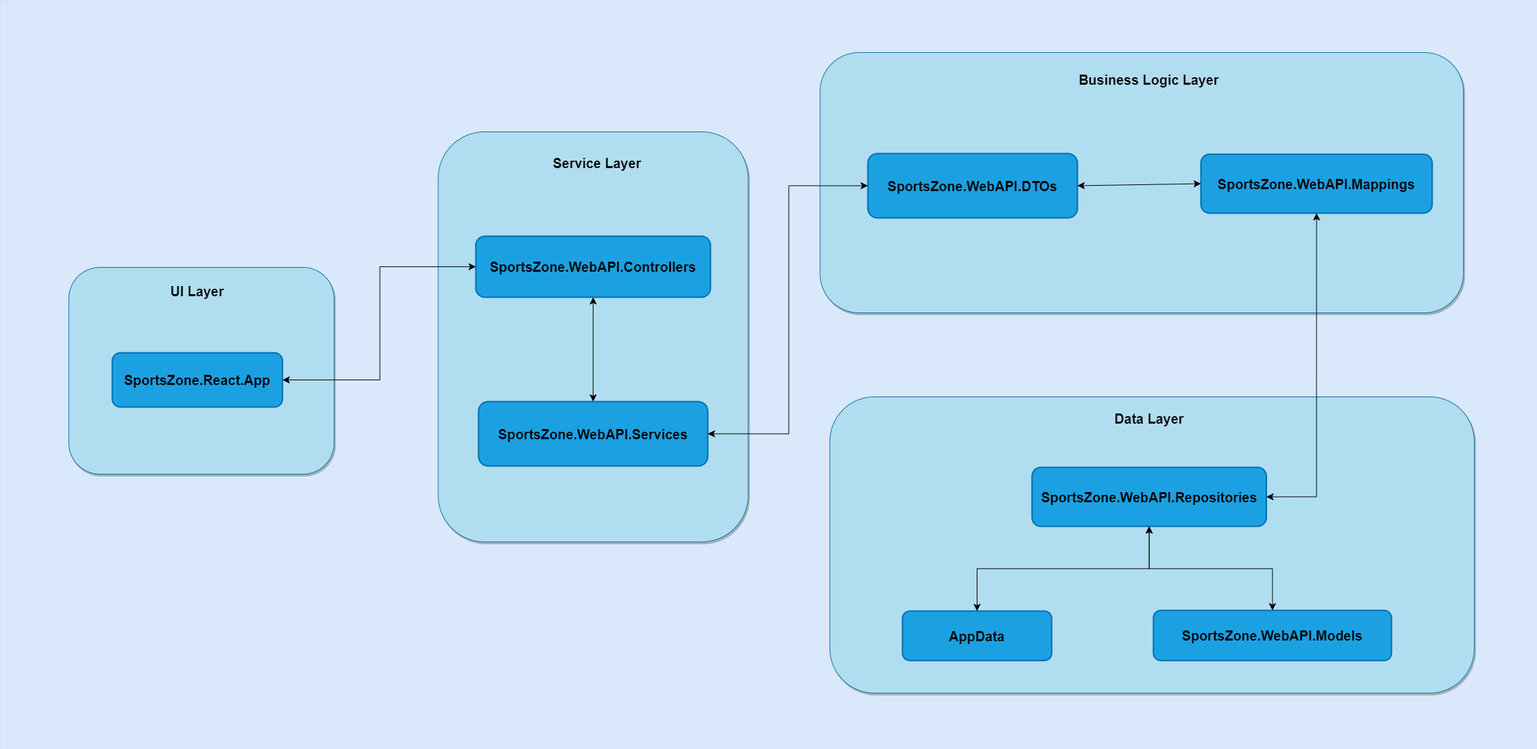
Above: SportsZone/Technical_Design_Document/ComponentLevelDesign.png in Srimani-31/MyWorkings (draw.io), before the change. Source tidied: cells renumbered, new cells last; positions are measured from the earlier drawing's top-left corner, leaving out a move shared by most shapes. The source it was exported from:
```xml
<mxGraphModel>
  <root>
    <mxCell id="0" />
    <mxCell id="1" parent="0" />
    <mxCell id="2" style="rounded=0;whiteSpace=wrap;html=1;fontSize=16;fillColor=#dae8fc;strokeColor=#6c8ebf;fontStyle=1;strokeWidth=0;" parent="1" vertex="1">
      <mxGeometry width="2266" height="1105" as="geometry" />
    </mxCell>
    <mxCell id="3" style="rounded=1;whiteSpace=wrap;html=1;fontSize=16;fontStyle=1;strokeWidth=1;shadow=1;fillColor=#b1ddf0;strokeColor=#10739e;" parent="1" vertex="1">
      <mxGeometry x="101" y="394" width="391" height="305" as="geometry" />
    </mxCell>
    <mxCell id="4" value="&lt;font style=&quot;font-size: 20px;&quot;&gt;UI Layer&lt;/font&gt;" style="text;strokeColor=none;fillColor=none;html=1;align=center;verticalAlign=middle;whiteSpace=wrap;rounded=0;fontSize=16;fontStyle=1;strokeWidth=1;fontColor=#000000;" parent="1" vertex="1">
      <mxGeometry x="248" y="414" width="85" height="30" as="geometry" />
    </mxCell>
    <mxCell id="5" style="edgeStyle=elbowEdgeStyle;rounded=0;jettySize=auto;html=1;fontSize=12;startSize=8;endSize=8;" parent="1" edge="1" source="6" target="2">
      <mxGeometry relative="1" as="geometry" />
    </mxCell>
    <mxCell id="6" value="&lt;span&gt;&lt;font style=&quot;font-size: 20px;&quot;&gt;SportsZone.React.App&lt;/font&gt;&lt;/span&gt;" style="rounded=1;whiteSpace=wrap;html=1;fontSize=16;fontStyle=1;strokeWidth=2;fillColor=#1ba1e2;fontColor=#000000;strokeColor=#006EAF;" parent="1" vertex="1">
      <mxGeometry x="165" y="520" width="251" height="80" as="geometry" />
    </mxCell>
    <mxCell id="7" style="rounded=1;whiteSpace=wrap;html=1;fontSize=16;fontStyle=1;strokeWidth=1;shadow=1;fillColor=#b1ddf0;strokeColor=#10739e;" parent="1" vertex="1">
      <mxGeometry x="645.5" y="194" width="457" height="605" as="geometry" />
    </mxCell>
    <mxCell id="8" style="rounded=1;whiteSpace=wrap;html=1;fontSize=16;fontStyle=1;strokeWidth=1;shadow=1;fillColor=#b1ddf0;strokeColor=#10739e;" parent="1" vertex="1">
      <mxGeometry x="1223" y="585" width="950" height="437" as="geometry" />
    </mxCell>
    <mxCell id="9" style="rounded=1;whiteSpace=wrap;html=1;fontSize=16;fontStyle=1;strokeWidth=1;shadow=1;fillColor=#b1ddf0;strokeColor=#10739e;" parent="1" vertex="1">
      <mxGeometry x="1208.5" y="77" width="948.5" height="384" as="geometry" />
    </mxCell>
    <mxCell id="10" value="&lt;font style=&quot;font-size: 20px;&quot;&gt;Service Layer&lt;/font&gt;" style="text;strokeColor=none;fillColor=none;html=1;align=center;verticalAlign=middle;whiteSpace=wrap;rounded=0;fontSize=16;fontStyle=1;strokeWidth=1;fontColor=#000000;" parent="1" vertex="1">
      <mxGeometry x="813.2" y="213" width="133.5" height="54" as="geometry" />
    </mxCell>
    <mxCell id="11" value="&lt;span&gt;&lt;font style=&quot;font-size: 20px;&quot;&gt;SportsZone.WebAPI.Controllers&lt;/font&gt;&lt;/span&gt;" style="rounded=1;whiteSpace=wrap;html=1;fontSize=16;fontStyle=1;strokeWidth=2;fillColor=#1ba1e2;fontColor=#000000;strokeColor=#006EAF;" parent="1" vertex="1">
      <mxGeometry x="701" y="348" width="346" height="90" as="geometry" />
    </mxCell>
    <mxCell id="12" value="&lt;span&gt;&lt;font style=&quot;font-size: 20px;&quot;&gt;SportsZone.WebAPI.Services&lt;/font&gt;&lt;/span&gt;" style="rounded=1;whiteSpace=wrap;html=1;fontSize=16;fontStyle=1;strokeWidth=2;fillColor=#1ba1e2;fontColor=#000000;strokeColor=#006EAF;" parent="1" vertex="1">
      <mxGeometry x="705" y="592" width="338" height="95" as="geometry" />
    </mxCell>
    <mxCell id="13" style="endArrow=classic;startArrow=classic;html=1;rounded=0;fontSize=12;startSize=8;endSize=8;curved=1;exitX=0.5;exitY=1;exitDx=0;exitDy=0;entryX=0.5;entryY=0;entryDx=0;entryDy=0;fontStyle=1;strokeWidth=1;" parent="1" edge="1" source="11" target="12">
      <mxGeometry relative="1" as="geometry" />
    </mxCell>
    <mxCell id="14" value="&lt;span style=&quot;font-size: 20px;&quot;&gt;Business Logic Layer&lt;/span&gt;" style="text;strokeColor=none;fillColor=none;html=1;align=center;verticalAlign=middle;whiteSpace=wrap;rounded=0;fontSize=16;fontStyle=1;strokeWidth=1;fontColor=#000000;" parent="1" vertex="1">
      <mxGeometry x="1569.1" y="86" width="249.2" height="62" as="geometry" />
    </mxCell>
    <mxCell id="15" value="&lt;font style=&quot;font-size: 20px;&quot;&gt;SportsZone.WebAPI.DTOs&lt;/font&gt;" style="rounded=1;whiteSpace=wrap;html=1;fontSize=16;fontStyle=1;strokeWidth=2;fillColor=#1ba1e2;fontColor=#000000;strokeColor=#006EAF;" parent="1" vertex="1">
      <mxGeometry x="1279" y="226" width="309" height="95" as="geometry" />
    </mxCell>
    <mxCell id="16" value="&lt;font style=&quot;font-size: 20px;&quot;&gt;SportsZone.WebAPI.Mappings&lt;/font&gt;" style="rounded=1;whiteSpace=wrap;html=1;fontSize=16;fontStyle=1;strokeWidth=2;fillColor=#1ba1e2;fontColor=#000000;strokeColor=#006EAF;" parent="1" vertex="1">
      <mxGeometry x="1770" y="227" width="341" height="87" as="geometry" />
    </mxCell>
    <mxCell id="17" value="&lt;font style=&quot;font-size: 20px;&quot;&gt;SportsZone.WebAPI.Repositories&lt;/font&gt;" style="rounded=1;whiteSpace=wrap;html=1;fontSize=16;fontStyle=1;strokeWidth=2;fillColor=#1ba1e2;fontColor=#000000;strokeColor=#006EAF;" parent="1" vertex="1">
      <mxGeometry x="1521" y="689" width="345.5" height="87" as="geometry" />
    </mxCell>
    <mxCell id="18" value="&lt;font style=&quot;font-size: 20px;&quot;&gt;SportsZone.WebAPI.Models&lt;/font&gt;" style="rounded=1;whiteSpace=wrap;html=1;fontSize=16;fontStyle=1;strokeWidth=2;fillColor=#1ba1e2;fontColor=#000000;strokeColor=#006EAF;" parent="1" vertex="1">
      <mxGeometry x="1700" y="900" width="351" height="74" as="geometry" />
    </mxCell>
    <mxCell id="19" style="text;strokeColor=none;fillColor=none;align=left;verticalAlign=middle;spacingTop=-1;spacingLeft=4;spacingRight=4;labelPosition=right;fontSize=16;fontStyle=1;strokeWidth=1;" parent="1" vertex="1">
      <mxGeometry x="1451" y="857" width="20" height="14" as="geometry" />
    </mxCell>
    <mxCell id="20" value="&lt;font style=&quot;font-size: 20px;&quot;&gt;Data Layer&lt;/font&gt;" style="text;strokeColor=none;fillColor=none;html=1;align=center;verticalAlign=middle;whiteSpace=wrap;rounded=0;fontSize=16;fontStyle=1;strokeWidth=1;fontColor=#000000;" parent="1" vertex="1">
      <mxGeometry x="1601.9" y="585" width="183.8" height="63" as="geometry" />
    </mxCell>
    <mxCell id="21" style="endArrow=classic;startArrow=classic;html=1;rounded=0;fontSize=12;startSize=8;endSize=8;edgeStyle=elbowEdgeStyle;exitX=1;exitY=0.5;exitDx=0;exitDy=0;entryX=0;entryY=0.5;entryDx=0;entryDy=0;fontStyle=1;strokeWidth=1;" parent="1" edge="1" source="12" target="15">
      <mxGeometry relative="1" as="geometry" />
    </mxCell>
    <mxCell id="22" style="endArrow=classic;startArrow=classic;html=1;rounded=0;fontSize=12;startSize=8;endSize=8;edgeStyle=orthogonalEdgeStyle;entryX=0.5;entryY=1;entryDx=0;entryDy=0;exitX=1;exitY=0.5;exitDx=0;exitDy=0;fontStyle=1;strokeWidth=1;" parent="1" edge="1" source="17" target="16">
      <mxGeometry relative="1" as="geometry" />
    </mxCell>
    <mxCell id="23" style="endArrow=classic;startArrow=classic;html=1;rounded=0;fontSize=12;startSize=8;endSize=8;curved=1;entryX=0;entryY=0.5;entryDx=0;entryDy=0;exitX=1;exitY=0.5;exitDx=0;exitDy=0;" parent="1" edge="1" source="15" target="16">
      <mxGeometry relative="1" as="geometry" />
    </mxCell>
    <mxCell id="24" style="endArrow=classic;startArrow=classic;html=1;rounded=0;fontSize=12;startSize=8;endSize=8;exitX=1;exitY=0.5;exitDx=0;exitDy=0;entryX=0;entryY=0.5;entryDx=0;entryDy=0;edgeStyle=elbowEdgeStyle;fontStyle=0;" parent="1" edge="1" source="6" target="11">
      <mxGeometry relative="1" as="geometry" />
    </mxCell>
    <mxCell id="25" style="endArrow=classic;startArrow=classic;html=1;rounded=0;fontSize=12;startSize=8;endSize=8;entryX=0.5;entryY=1;entryDx=0;entryDy=0;exitX=0.5;exitY=0;exitDx=0;exitDy=0;edgeStyle=elbowEdgeStyle;elbow=vertical;" parent="1" edge="1" source="18" target="17">
      <mxGeometry relative="1" as="geometry" />
    </mxCell>
    <mxCell id="26" value="&lt;span style=&quot;font-size: 20px;&quot;&gt;AppData&lt;/span&gt;" style="rounded=1;whiteSpace=wrap;html=1;fontSize=16;fontStyle=1;strokeWidth=2;fillColor=#1ba1e2;fontColor=#000000;strokeColor=#006EAF;" parent="1" vertex="1">
      <mxGeometry x="1330" y="901" width="220" height="73" as="geometry" />
    </mxCell>
    <mxCell id="27" style="endArrow=classic;startArrow=classic;html=1;rounded=0;fontSize=12;startSize=8;endSize=8;entryX=0.5;entryY=1;entryDx=0;entryDy=0;exitX=0.5;exitY=0;exitDx=0;exitDy=0;edgeStyle=elbowEdgeStyle;elbow=vertical;" parent="1" edge="1" source="26" target="17">
      <mxGeometry relative="1" as="geometry" />
    </mxCell>
  </root>
</mxGraphModel>
```
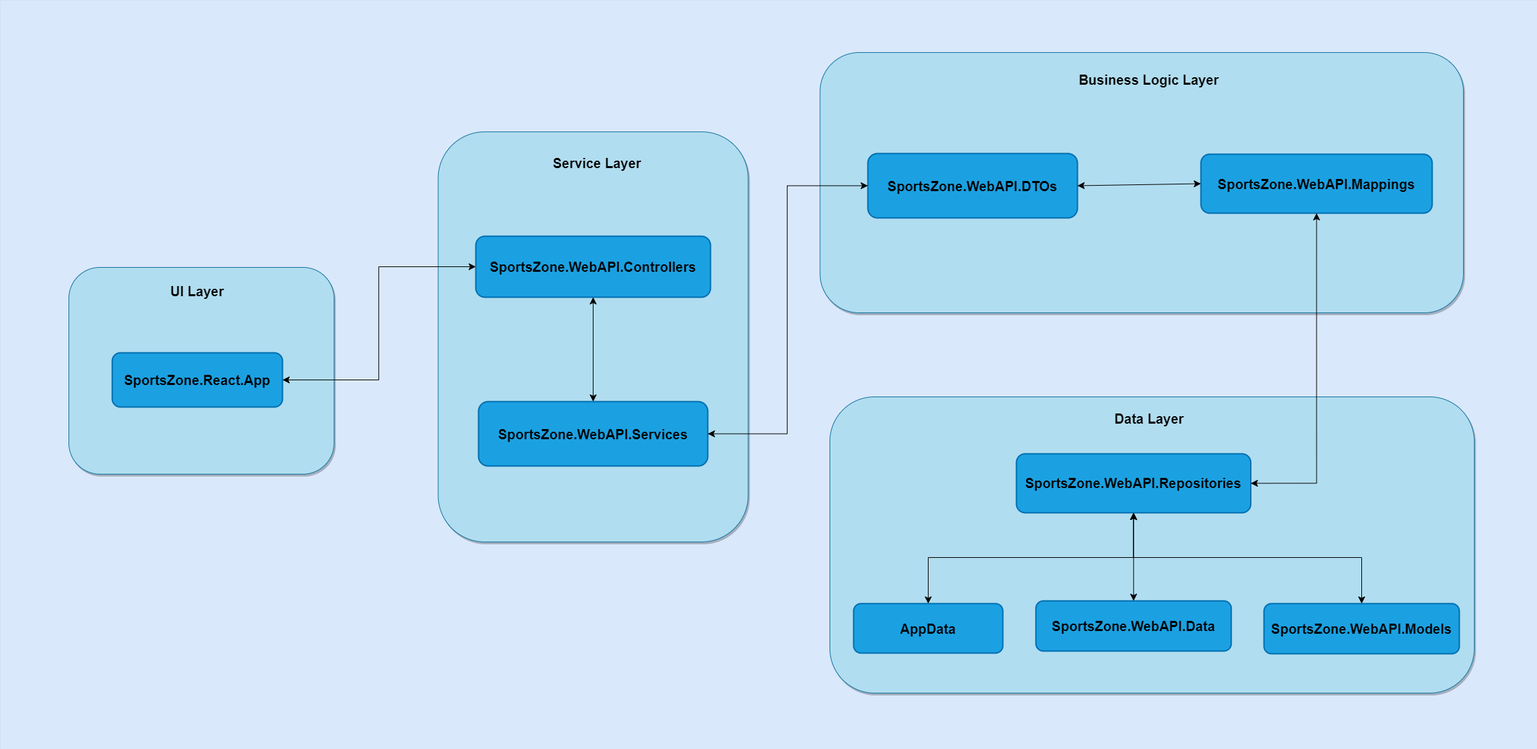
After the change.

What changed in the source:
```diff
@@ -48,10 +48,10 @@
       <mxGeometry x="1770" y="227" width="341" height="87" as="geometry" />
     </mxCell>
     <mxCell id="17" value="&lt;font style=&quot;font-size: 20px;&quot;&gt;SportsZone.WebAPI.Repositories&lt;/font&gt;" style="rounded=1;whiteSpace=wrap;html=1;fontSize=16;fontStyle=1;strokeWidth=2;fillColor=#1ba1e2;fontColor=#000000;strokeColor=#006EAF;" parent="1" vertex="1">
-      <mxGeometry x="1521" y="689" width="345.5" height="87" as="geometry" />
+      <mxGeometry x="1498" y="669" width="345.5" height="87" as="geometry" />
     </mxCell>
     <mxCell id="18" value="&lt;font style=&quot;font-size: 20px;&quot;&gt;SportsZone.WebAPI.Models&lt;/font&gt;" style="rounded=1;whiteSpace=wrap;html=1;fontSize=16;fontStyle=1;strokeWidth=2;fillColor=#1ba1e2;fontColor=#000000;strokeColor=#006EAF;" parent="1" vertex="1">
-      <mxGeometry x="1700" y="900" width="351" height="74" as="geometry" />
+      <mxGeometry x="1863" y="890" width="288" height="74" as="geometry" />
     </mxCell>
     <mxCell id="19" style="text;strokeColor=none;fillColor=none;align=left;verticalAlign=middle;spacingTop=-1;spacingLeft=4;spacingRight=4;labelPosition=right;fontSize=16;fontStyle=1;strokeWidth=1;" parent="1" vertex="1">
       <mxGeometry x="1451" y="857" width="20" height="14" as="geometry" />
@@ -75,10 +75,16 @@
       <mxGeometry relative="1" as="geometry" />
     </mxCell>
     <mxCell id="26" value="&lt;span style=&quot;font-size: 20px;&quot;&gt;AppData&lt;/span&gt;" style="rounded=1;whiteSpace=wrap;html=1;fontSize=16;fontStyle=1;strokeWidth=2;fillColor=#1ba1e2;fontColor=#000000;strokeColor=#006EAF;" parent="1" vertex="1">
-      <mxGeometry x="1330" y="901" width="220" height="73" as="geometry" />
+      <mxGeometry x="1258" y="890" width="220" height="73" as="geometry" />
     </mxCell>
     <mxCell id="27" style="endArrow=classic;startArrow=classic;html=1;rounded=0;fontSize=12;startSize=8;endSize=8;entryX=0.5;entryY=1;entryDx=0;entryDy=0;exitX=0.5;exitY=0;exitDx=0;exitDy=0;edgeStyle=elbowEdgeStyle;elbow=vertical;" parent="1" edge="1" source="26" target="17">
       <mxGeometry relative="1" as="geometry" />
     </mxCell>
+    <mxCell id="28" value="&lt;font style=&quot;font-size: 20px;&quot;&gt;SportsZone.WebAPI.Data&lt;/font&gt;" style="rounded=1;whiteSpace=wrap;html=1;fontSize=16;fontStyle=1;strokeWidth=2;fillColor=#1ba1e2;fontColor=#000000;strokeColor=#006EAF;" parent="1" vertex="1">
+      <mxGeometry x="1526.8" y="886" width="288" height="74" as="geometry" />
+    </mxCell>
+    <mxCell id="29" style="endArrow=classic;startArrow=classic;html=1;rounded=0;fontSize=12;startSize=8;endSize=8;curved=1;exitX=0.5;exitY=0;exitDx=0;exitDy=0;entryX=0.5;entryY=1;entryDx=0;entryDy=0;" parent="1" edge="1" source="28" target="17">
+      <mxGeometry relative="1" as="geometry" />
+    </mxCell>
   </root>
 </mxGraphModel>
```
